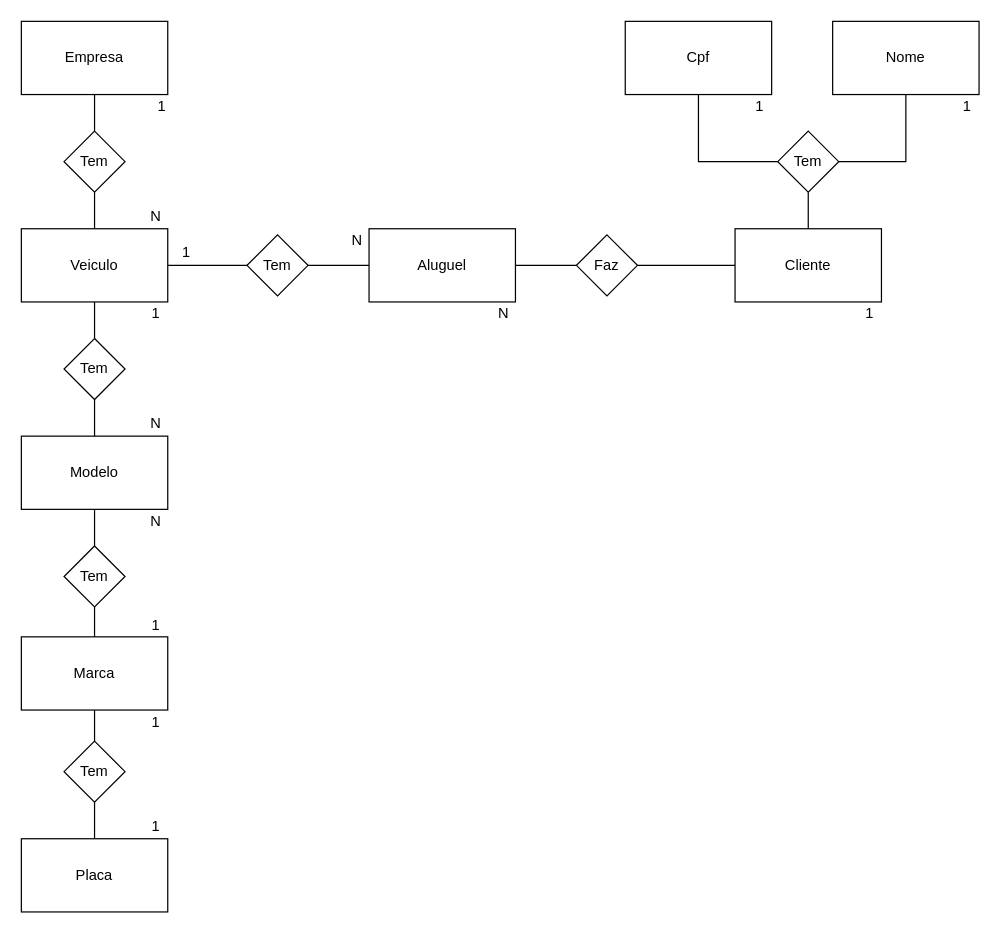
Above: page "Conceitual" (1 of 2) of 1.2-exercicio-locadora/1.2-exercicio-locadora.drawio in Brunodonadei/exercicios-sprint-1-bd (draw.io), before the change. Source tidied: cells renumbered, new cells numbered last; positions are measured from the earlier drawing's top-left corner, leaving out a move shared by most shapes. Both pictures are drawn from the tidied source at 122%, with x=0, y=0 at pixel (21, 21).
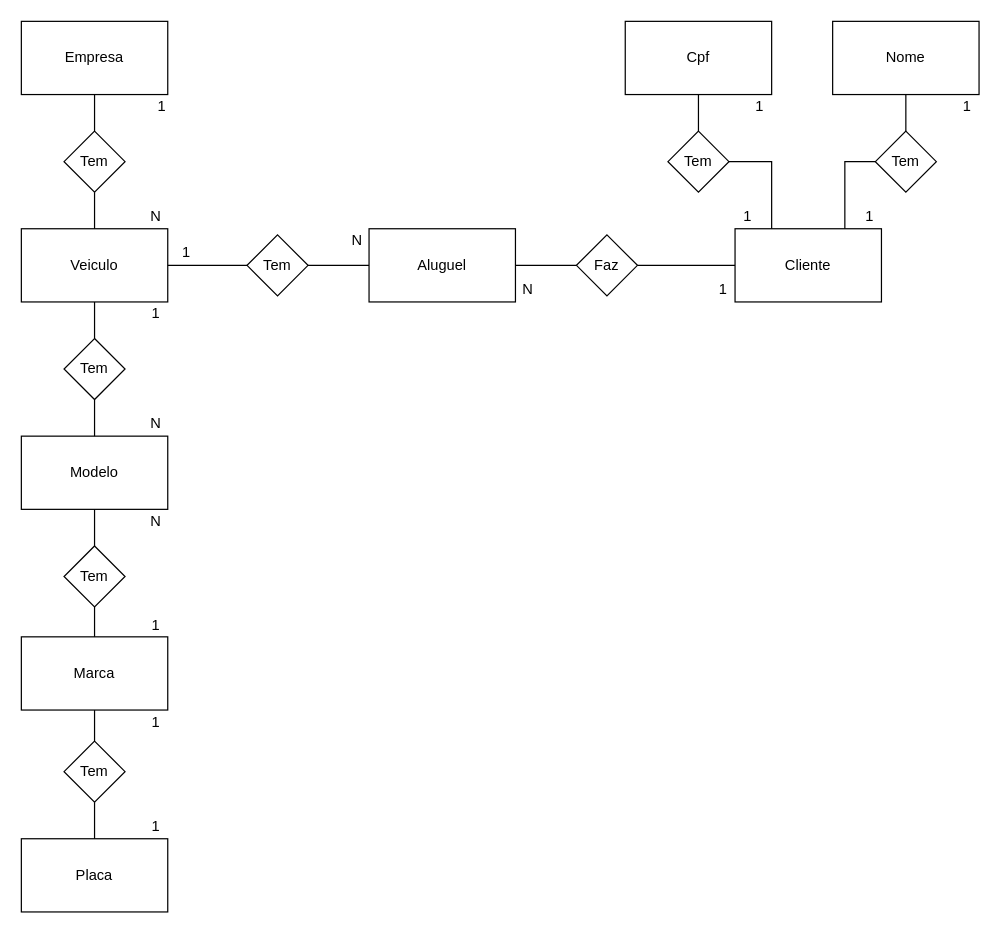
The same diagram, later.

Commit message (it also covers changes not shown here):
Adicionado o diagrama logico e tabela do exercicio 1.2

Unchanged cells that the change refers to:
```xml
<mxCell id="16" value="Cliente" style="rounded=0;whiteSpace=wrap;html=1;" parent="1" vertex="1">
  <mxGeometry x="585" y="170" width="120" height="60" as="geometry" />
</mxCell>
<mxCell id="20" value="Cpf" style="rounded=0;whiteSpace=wrap;html=1;" parent="1" vertex="1">
  <mxGeometry x="495" width="120" height="60" as="geometry" />
</mxCell>
<mxCell id="21" value="Nome" style="rounded=0;whiteSpace=wrap;html=1;" parent="1" vertex="1">
  <mxGeometry x="665" width="120" height="60" as="geometry" />
</mxCell>
```

What changed in the source:
```diff
@@
-    <mxCell id="14" style="edgeStyle=orthogonalEdgeStyle;rounded=0;jettySize=auto;html=1;exitX=0.5;exitY=0;exitDx=0;exitDy=0;entryX=0.5;entryY=1;entryDx=0;entryDy=0;endArrow=none;endFill=0;" parent="1" edge="1" source="16" target="19">
-      <mxGeometry relative="1" as="geometry" />
-    </mxCell>
@@
-    <mxCell id="17" style="edgeStyle=orthogonalEdgeStyle;rounded=0;jettySize=auto;html=1;exitX=1;exitY=0.5;exitDx=0;exitDy=0;entryX=0.5;entryY=1;entryDx=0;entryDy=0;endArrow=none;endFill=0;" parent="1" edge="1" source="19" target="21">
-      <mxGeometry relative="1" as="geometry" />
-    </mxCell>
-    <mxCell id="18" style="edgeStyle=orthogonalEdgeStyle;rounded=0;jettySize=auto;html=1;exitX=0;exitY=0.5;exitDx=0;exitDy=0;entryX=0.5;entryY=1;entryDx=0;entryDy=0;endArrow=none;endFill=0;" parent="1" edge="1" source="19" target="20">
-      <mxGeometry relative="1" as="geometry" />
-    </mxCell>
+    <mxCell id="47" style="edgeStyle=orthogonalEdgeStyle;rounded=0;jettySize=auto;html=1;exitX=0;exitY=0.5;exitDx=0;exitDy=0;entryX=0.75;entryY=0;entryDx=0;entryDy=0;endArrow=none;endFill=0;" parent="1" edge="1" source="19" target="16">
+      <mxGeometry relative="1" as="geometry" />
+    </mxCell>
     <mxCell id="19" value="Tem" style="rhombus;whiteSpace=wrap;html=1;" parent="1" vertex="1">
-      <mxGeometry x="620" y="90" width="50" height="50" as="geometry" />
+      <mxGeometry x="700" y="90" width="50" height="50" as="geometry" />
     </mxCell>
+    <mxCell id="48" style="edgeStyle=orthogonalEdgeStyle;rounded=0;jettySize=auto;html=1;exitX=0.5;exitY=1;exitDx=0;exitDy=0;entryX=0.5;entryY=0;entryDx=0;entryDy=0;endArrow=none;endFill=0;" parent="1" edge="1" source="20" target="51">
+      <mxGeometry relative="1" as="geometry" />
+    </mxCell>
@@
+    <mxCell id="49" style="edgeStyle=orthogonalEdgeStyle;rounded=0;jettySize=auto;html=1;exitX=0.5;exitY=1;exitDx=0;exitDy=0;entryX=0.5;entryY=0;entryDx=0;entryDy=0;endArrow=none;endFill=0;" parent="1" edge="1" source="21" target="19">
+      <mxGeometry relative="1" as="geometry" />
+    </mxCell>
@@
     <mxCell id="30" value="1" style="text;html=1;align=center;verticalAlign=middle;" parent="1" vertex="1">
-      <mxGeometry x="685" y="230" width="20" height="20" as="geometry" />
+      <mxGeometry x="685" y="150" width="20" height="20" as="geometry" />
     </mxCell>
@@
     <mxCell id="44" value="N" style="text;html=1;align=center;verticalAlign=middle;" parent="1" vertex="1">
-      <mxGeometry x="385" y="230" width="20" height="20" as="geometry" />
+      <mxGeometry x="405" y="210" width="20" height="20" as="geometry" />
     </mxCell>
@@
+    <mxCell id="50" style="edgeStyle=orthogonalEdgeStyle;rounded=0;jettySize=auto;html=1;exitX=1;exitY=0.5;exitDx=0;exitDy=0;entryX=0.25;entryY=0;entryDx=0;entryDy=0;endArrow=none;endFill=0;" parent="1" edge="1" source="51" target="16">
+      <mxGeometry relative="1" as="geometry" />
+    </mxCell>
+    <mxCell id="51" value="Tem" style="rhombus;whiteSpace=wrap;html=1;" parent="1" vertex="1">
+      <mxGeometry x="530" y="90" width="50" height="50" as="geometry" />
+    </mxCell>
+    <mxCell id="52" value="1" style="text;html=1;align=center;verticalAlign=middle;" parent="1" vertex="1">
+      <mxGeometry x="565" y="210" width="20" height="20" as="geometry" />
+    </mxCell>
+    <mxCell id="53" value="1" style="text;html=1;align=center;verticalAlign=middle;" parent="1" vertex="1">
+      <mxGeometry x="585" y="150" width="20" height="20" as="geometry" />
+    </mxCell>
```
